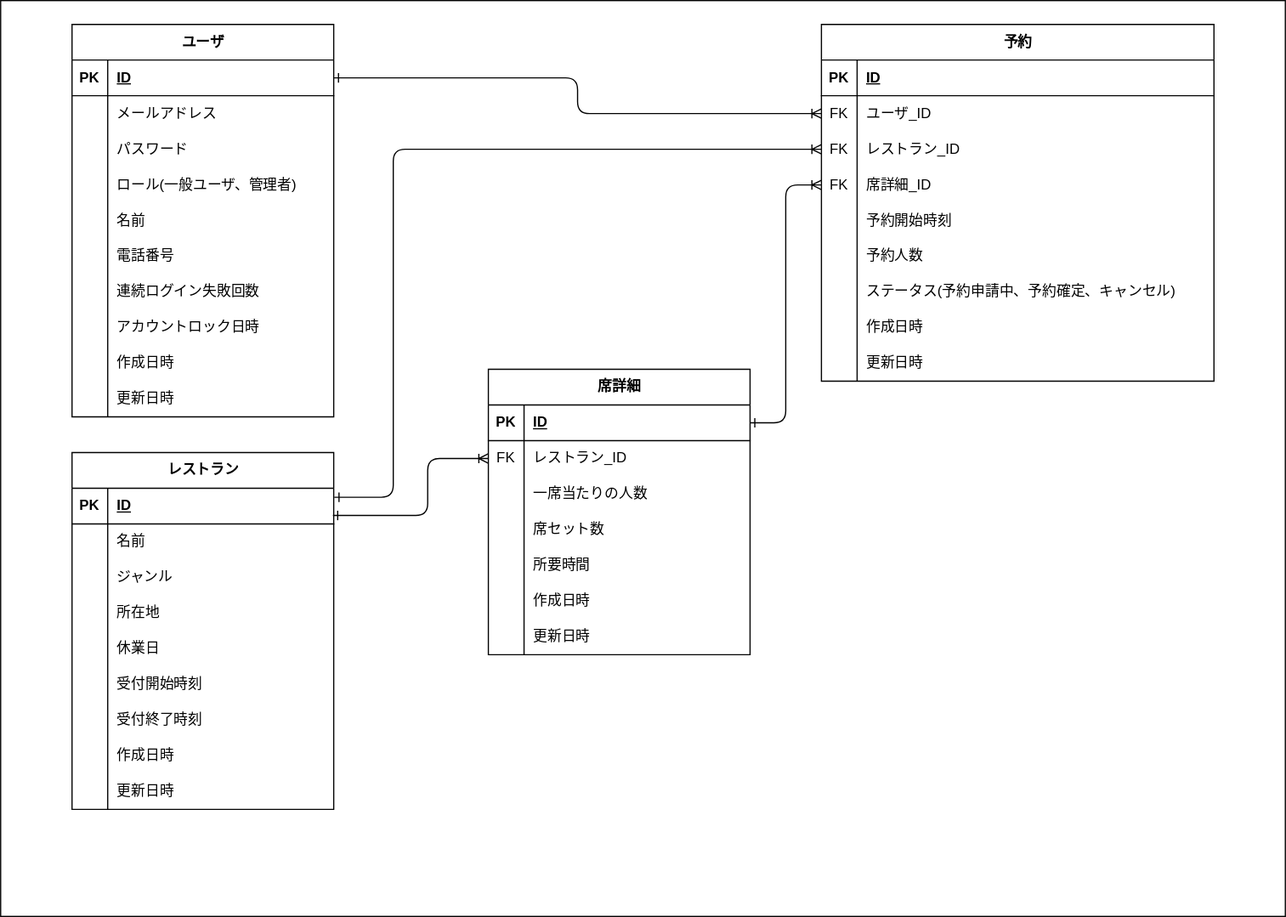
The draw.io diagram docs/ER図.svg in hrdhrk07-spec/restaurant-reservation, before a commit. Source tidied: cells renumbered, new cells last; positions are measured from the earlier drawing's top-left corner, leaving out a move shared by most shapes.
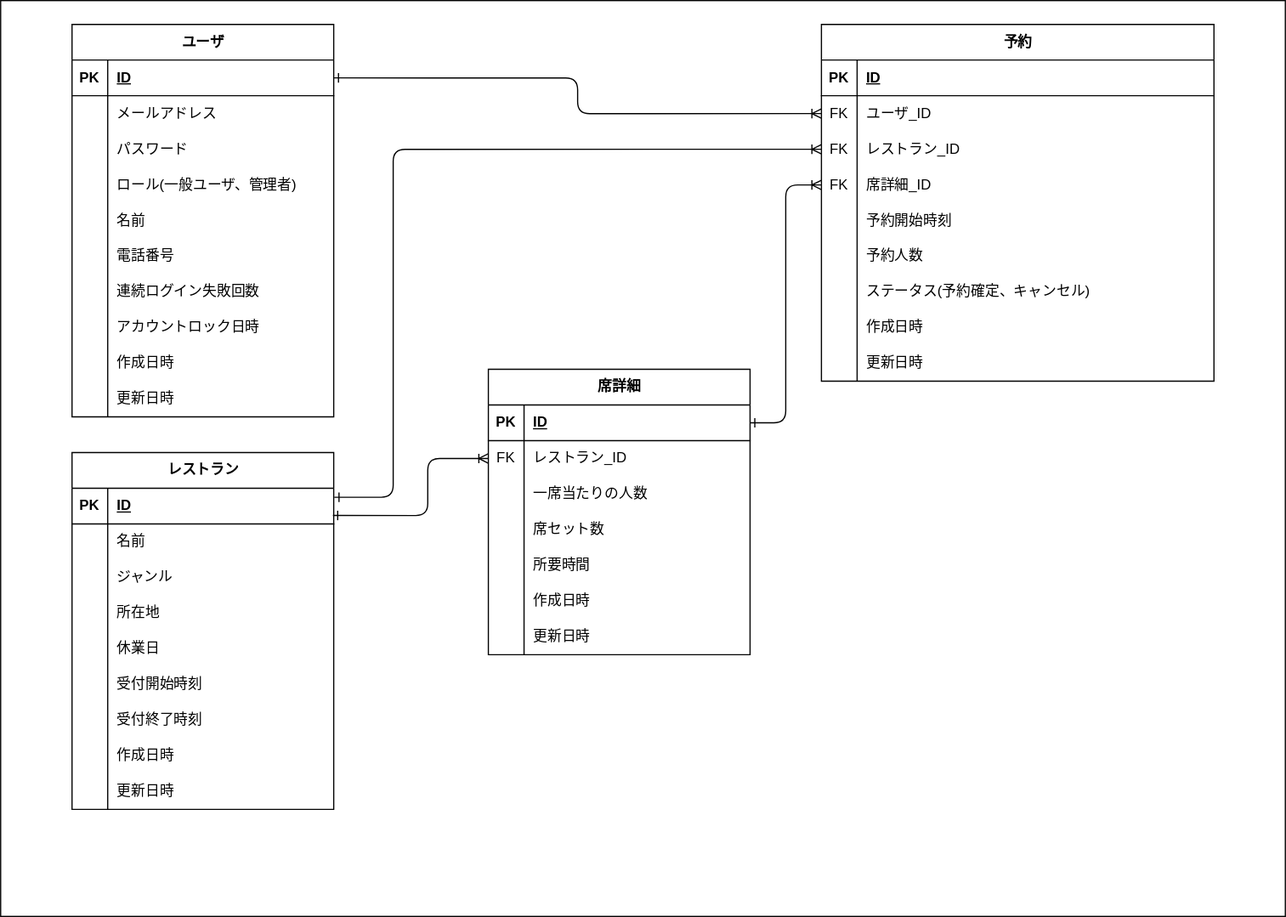
The same file after the commit.

What changed in the source:
```diff
@@ -311,7 +311,7 @@
     <mxCell id="104" style="shape=partialRectangle;fillColor=none;top=0;left=0;bottom=0;right=0;overflow=hidden;whiteSpace=wrap;html=1;" parent="103" vertex="1">
       <mxGeometry width="30" height="30" as="geometry" />
     </mxCell>
-    <mxCell id="105" value="ステータス(予約申請中、予約確定、キャンセル)" style="shape=partialRectangle;fillColor=none;top=0;left=0;bottom=0;right=0;align=left;spacingLeft=6;overflow=hidden;whiteSpace=wrap;html=1;" parent="103" vertex="1">
+    <mxCell id="105" value="ステータス(予約確定、キャンセル)" style="shape=partialRectangle;fillColor=none;top=0;left=0;bottom=0;right=0;align=left;spacingLeft=6;overflow=hidden;whiteSpace=wrap;html=1;" parent="103" vertex="1">
       <mxGeometry x="30" width="300" height="30" as="geometry" />
     </mxCell>
     <mxCell id="106" style="shape=tableRow;horizontal=0;startSize=0;swimlaneHead=0;swimlaneBody=0;fillColor=none;top=0;left=0;right=0;bottom=0;" parent="84" vertex="1">
```
